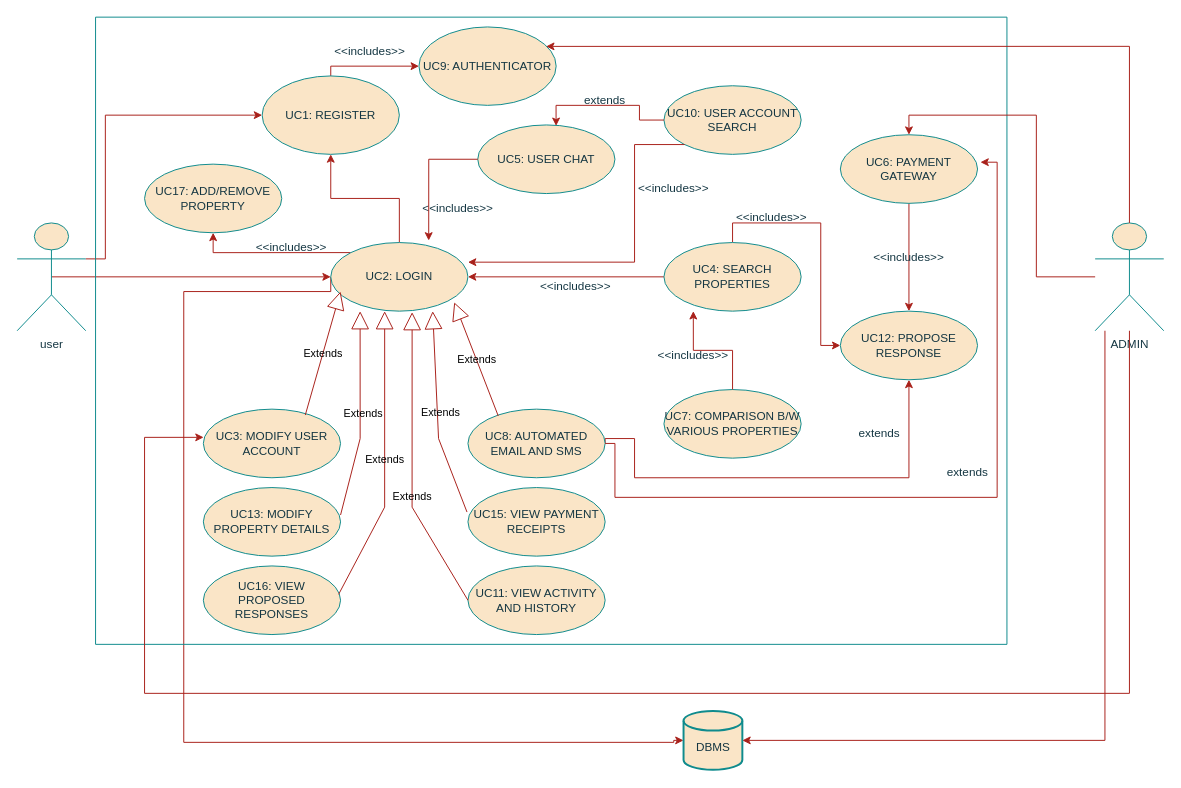
Before: SPEM LAB1 use case Diagram p4.drawio in Jainil2004/SEPM, a draw.io diagram. Source tidied: cells renumbered, new cells numbered last; positions are measured from the earlier drawing's top-left corner, leaving out a move shared by most shapes. Both pictures are drawn from the tidied source at 98%, with x=0, y=0 at pixel (17, 17).
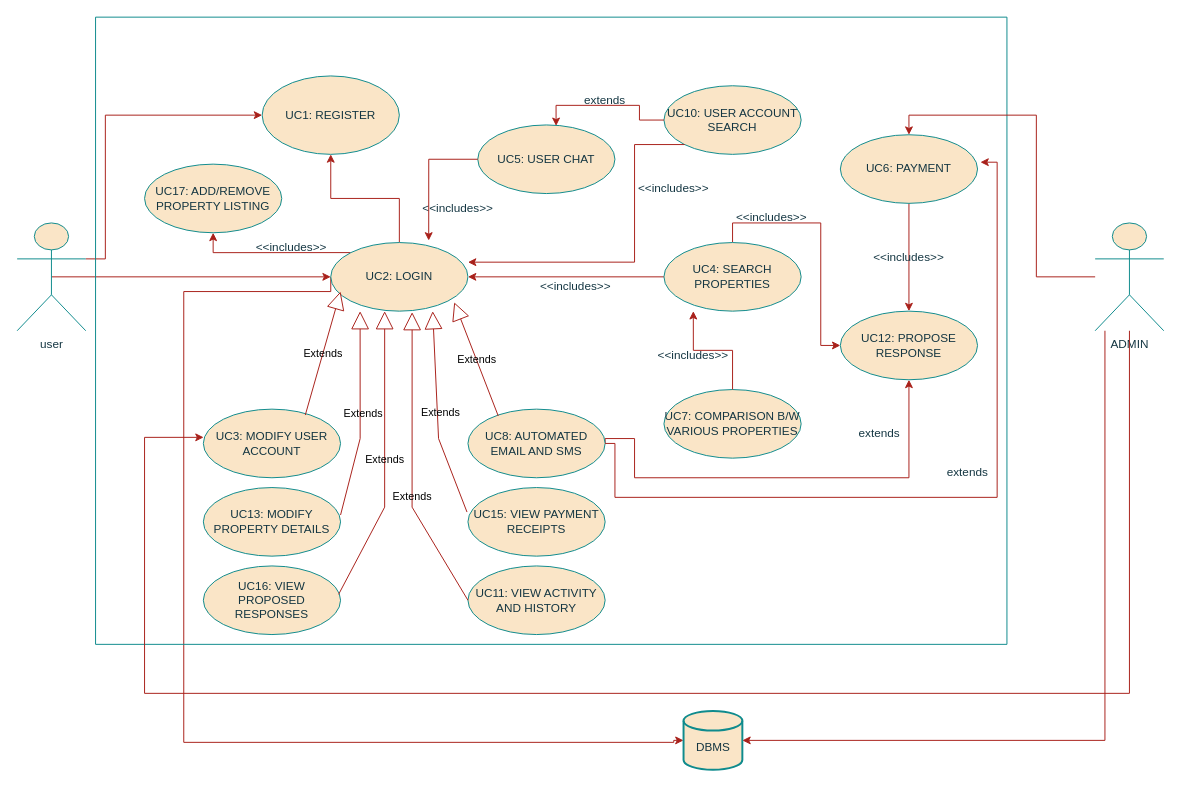
Above is the later version.

The change refers to these unchanged cells:
```xml
<mxCell id="3" value="UC1: REGISTER" style="ellipse;whiteSpace=wrap;html=1;labelBackgroundColor=none;fillColor=#FAE5C7;strokeColor=#0F8B8D;fontColor=#143642;" parent="1" vertex="1">
  <mxGeometry x="250" y="60" width="140" height="80" as="geometry" />
</mxCell>
<mxCell id="48" style="swimlane;startSize=0;labelBackgroundColor=none;fillColor=#FAE5C7;strokeColor=#0F8B8D;fontColor=#143642;" parent="1" vertex="1">
  <mxGeometry x="80" width="930" height="640" as="geometry" />
</mxCell>
<mxCell id="54" value="ADMIN" style="shape=umlActor;verticalLabelPosition=bottom;verticalAlign=top;html=1;labelBackgroundColor=none;fillColor=#FAE5C7;strokeColor=#0F8B8D;fontColor=#143642;" parent="1" vertex="1">
  <mxGeometry x="1100" y="210" width="70" height="110" as="geometry" />
</mxCell>
```

The edit, as a diff of the source:
```diff
@@
-    <mxCell id="2" style="edgeStyle=orthogonalEdgeStyle;rounded=0;jettySize=auto;html=1;entryX=0;entryY=0.5;entryDx=0;entryDy=0;labelBackgroundColor=none;strokeColor=#A8201A;fontColor=default;" parent="1" edge="1" source="3" target="39">
-      <mxGeometry relative="1" as="geometry">
-        <Array as="points">
-          <mxPoint x="320" y="50" />
-        </Array>
-      </mxGeometry>
-    </mxCell>
@@
-    <mxCell id="39" value="UC9: AUTHENTICATOR" style="ellipse;whiteSpace=wrap;html=1;labelBackgroundColor=none;fillColor=#FAE5C7;strokeColor=#0F8B8D;fontColor=#143642;" parent="1" vertex="1">
-      <mxGeometry x="410" y="10" width="140" height="80" as="geometry" />
-    </mxCell>
-    <mxCell id="40" value="&amp;lt;&amp;lt;includes&amp;gt;&amp;gt;" style="text;strokeColor=none;align=center;fillColor=none;html=1;verticalAlign=middle;whiteSpace=wrap;rounded=0;labelBackgroundColor=none;fontColor=#143642;" parent="1" vertex="1">
-      <mxGeometry x="330" y="20" width="60" height="30" as="geometry" />
-    </mxCell>
@@
-    <mxCell id="44" value="UC6: PAYMENT GATEWAY" style="ellipse;whiteSpace=wrap;html=1;labelBackgroundColor=none;fillColor=#FAE5C7;strokeColor=#0F8B8D;fontColor=#143642;" parent="1" vertex="1">
+    <mxCell id="44" value="UC6: PAYMENT " style="ellipse;whiteSpace=wrap;html=1;labelBackgroundColor=none;fillColor=#FAE5C7;strokeColor=#0F8B8D;fontColor=#143642;" parent="1" vertex="1">
       <mxGeometry x="840" y="120" width="140" height="70" as="geometry" />
     </mxCell>
@@
-    <mxCell id="49" value="UC17: ADD/REMOVE PROPERTY" style="ellipse;whiteSpace=wrap;html=1;labelBackgroundColor=none;fillColor=#FAE5C7;strokeColor=#0F8B8D;fontColor=#143642;" parent="48" vertex="1">
+    <mxCell id="49" value="UC17: ADD/REMOVE PROPERTY LISTING" style="ellipse;whiteSpace=wrap;html=1;labelBackgroundColor=none;fillColor=#FAE5C7;strokeColor=#0F8B8D;fontColor=#143642;" parent="48" vertex="1">
       <mxGeometry x="50" y="150" width="140" height="70" as="geometry" />
     </mxCell>
@@
-    <mxCell id="55" style="edgeStyle=orthogonalEdgeStyle;rounded=0;jettySize=auto;html=1;entryX=0.927;entryY=0.248;entryDx=0;entryDy=0;entryPerimeter=0;strokeColor=#A8201A;fontColor=#143642;fillColor=#FAE5C7;" parent="1" edge="1" source="54" target="39">
-      <mxGeometry relative="1" as="geometry">
-        <Array as="points">
-          <mxPoint x="1135" y="30" />
-        </Array>
-      </mxGeometry>
-    </mxCell>
```
